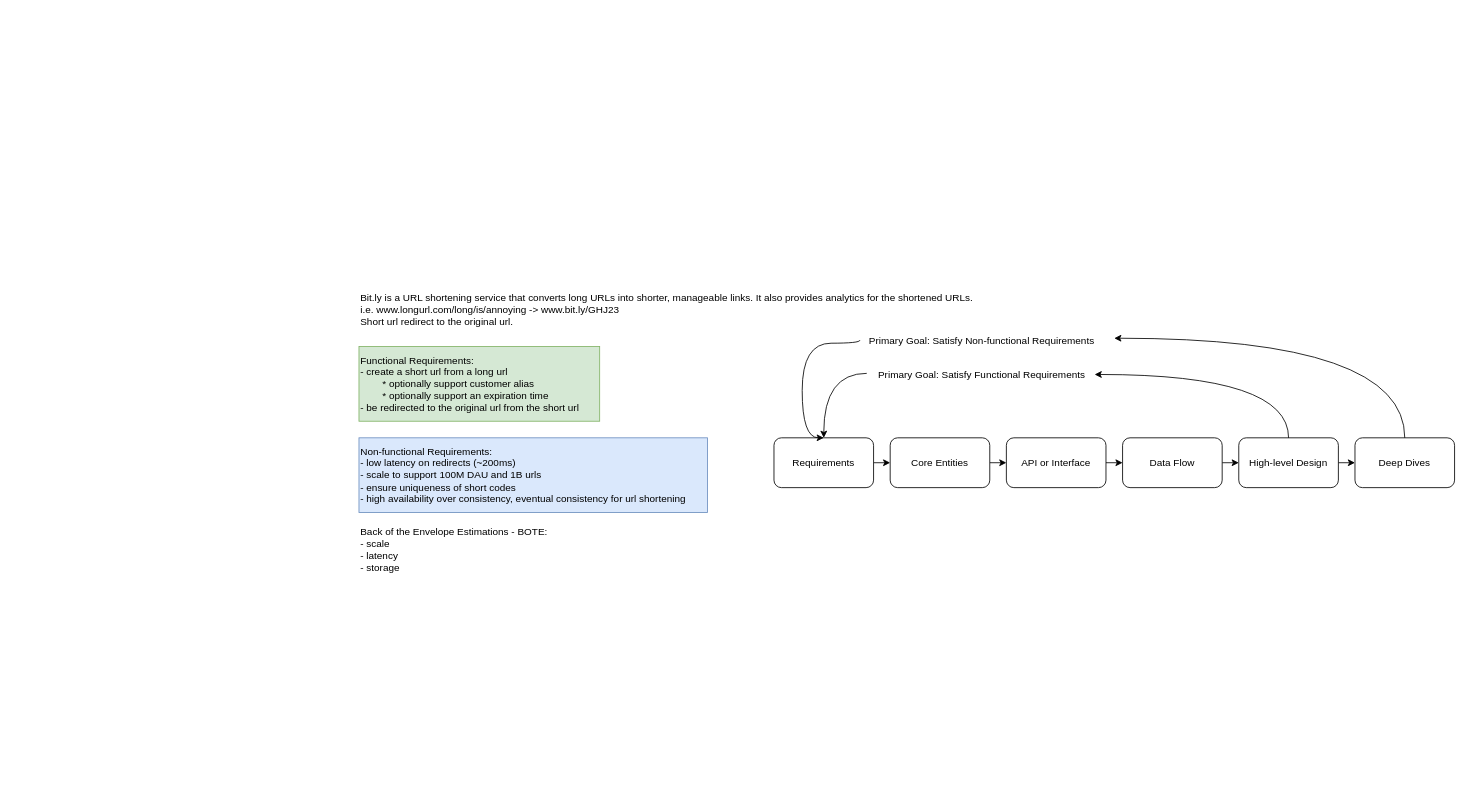
This is tinyurl.drawio from lacrimae/system_design_practice, a draw.io file, before an edit. Source tidied: cells renumbered, new cells numbered last; positions are measured from the earlier drawing's top-left corner, leaving out a move shared by most shapes. Both pictures are drawn from the tidied source at 83%, with x=0, y=0 at pixel (359, 284).
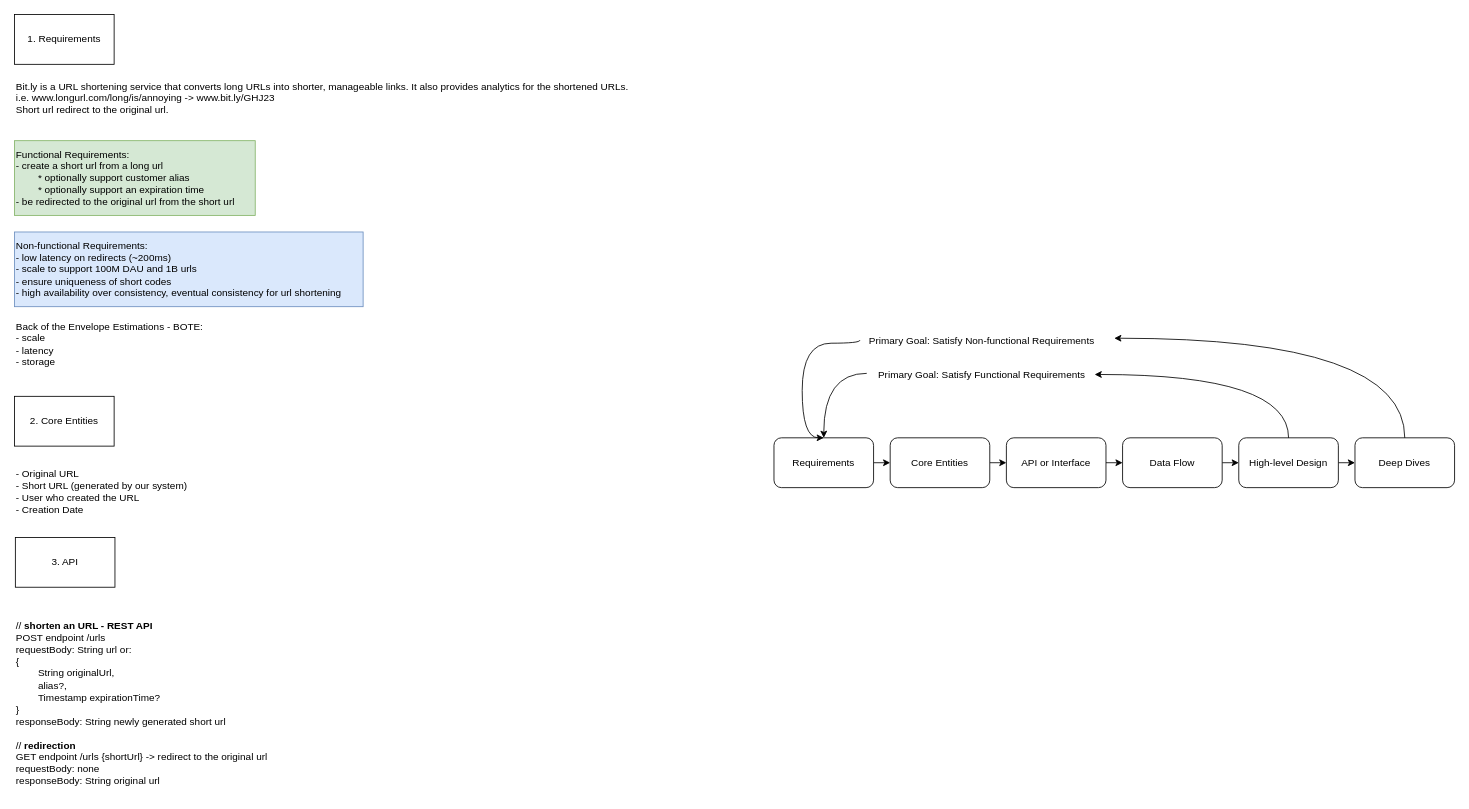
After the change.

The edit, as a diff of the source:
```diff
@@
     <mxCell id="2" value="&lt;div&gt;&lt;span style=&quot;background-color: transparent; color: light-dark(rgb(0, 0, 0), rgb(255, 255, 255));&quot;&gt;Functional Requirements:&lt;/span&gt;&lt;/div&gt;&lt;div&gt;- create a short url from a long url&lt;br&gt;&lt;span style=&quot;white-space: pre;&quot;&gt;&#9;&lt;/span&gt;* optionally support customer alias&lt;/div&gt;&lt;div&gt;&lt;span style=&quot;white-space: pre;&quot;&gt;&#9;&lt;/span&gt;* optionally support an expiration time&lt;/div&gt;&lt;div&gt;- be redirected to the original url from the short url&amp;nbsp;&lt;/div&gt;" style="text;html=1;align=left;verticalAlign=middle;strokeColor=#82b366;fillColor=#d5e8d4;" parent="1" vertex="1">
-      <mxGeometry y="75" width="290" height="90" as="geometry" />
+      <mxGeometry x="-415" y="-173" width="290" height="90" as="geometry" />
     </mxCell>
     <mxCell id="3" value="Bit.ly is a URL shortening service that converts long URLs into shorter, manageable links. It also provides analytics for the shortened URLs.&#10;i.e. www.longurl.com/long/is/annoying -&gt; www.bit.ly/GHJ23&#10;Short url redirect to the original url." style="text;align=left;verticalAlign=middle;strokeColor=none;fillColor=none;" parent="1" vertex="1">
-      <mxGeometry width="760" height="60" as="geometry" />
+      <mxGeometry x="-415" y="-255" width="760" height="60" as="geometry" />
     </mxCell>
     <mxCell id="4" value="Non-functional Requirements:&lt;div&gt;- low latency on redirects (~200ms)&lt;/div&gt;&lt;div&gt;- scale to support 100M DAU and 1B urls&lt;/div&gt;&lt;div&gt;- ensure uniqueness of short codes&lt;/div&gt;&lt;div&gt;- high availability over consistency, eventual consistency for url shortening&lt;/div&gt;" style="text;html=1;align=left;verticalAlign=middle;strokeColor=#6c8ebf;fillColor=#dae8fc;" parent="1" vertex="1">
-      <mxGeometry y="185" width="420" height="90" as="geometry" />
+      <mxGeometry x="-415" y="-63" width="420" height="90" as="geometry" />
     </mxCell>
     <mxCell id="5" value="Back of the Envelope Estimations - BOTE:&lt;div&gt;- scale&lt;/div&gt;&lt;div&gt;- latency&lt;/div&gt;&lt;div&gt;- storage&lt;/div&gt;" style="text;html=1;align=left;verticalAlign=middle;strokeColor=none;fillColor=none;" parent="1" vertex="1">
-      <mxGeometry y="285" width="250" height="70" as="geometry" />
+      <mxGeometry x="-415" y="37" width="250" height="70" as="geometry" />
     </mxCell>
@@
+    <mxCell id="23" value="1. Requirements" style="whiteSpace=wrap;html=1;" parent="1" vertex="1">
+      <mxGeometry x="-415" y="-325" width="120" height="60" as="geometry" />
+    </mxCell>
+    <mxCell id="24" value="2. Core Entities" style="whiteSpace=wrap;html=1;" parent="1" vertex="1">
+      <mxGeometry x="-415" y="135" width="120" height="60" as="geometry" />
+    </mxCell>
+    <mxCell id="25" value="- Original URL&lt;div&gt;- Short URL (generated by our system)&lt;/div&gt;&lt;div&gt;- User who created the URL&lt;/div&gt;&lt;div&gt;- Creation Date&lt;/div&gt;" style="text;html=1;align=left;verticalAlign=middle;strokeColor=none;fillColor=none;" parent="1" vertex="1">
+      <mxGeometry x="-415" y="215" width="230" height="70" as="geometry" />
+    </mxCell>
+    <mxCell id="26" value="3. API" style="whiteSpace=wrap;html=1;" parent="1" vertex="1">
+      <mxGeometry x="-414" y="305" width="120" height="60" as="geometry" />
+    </mxCell>
+    <mxCell id="27" value="// &lt;b&gt;shorten an URL - REST API&lt;/b&gt;&lt;div&gt;POST endpoint /urls&amp;nbsp;&lt;/div&gt;&lt;div&gt;requestBody: String url or:&lt;/div&gt;&lt;div&gt;{&lt;/div&gt;&lt;div&gt;&lt;span style=&quot;white-space: pre;&quot;&gt;&#9;&lt;/span&gt;String originalUrl,&lt;br&gt;&lt;/div&gt;&lt;div&gt;&lt;span style=&quot;white-space: pre;&quot;&gt;&#9;&lt;/span&gt;alias?,&lt;br&gt;&lt;/div&gt;&lt;div&gt;&lt;span style=&quot;white-space: pre;&quot;&gt;&#9;&lt;/span&gt;Timestamp expirationTime?&lt;br&gt;&lt;/div&gt;&lt;div&gt;}&lt;/div&gt;&lt;div&gt;responseBody: String newly generated short url&lt;/div&gt;&lt;div&gt;&lt;br&gt;&lt;/div&gt;&lt;div&gt;// &lt;b&gt;redirection&lt;/b&gt;&lt;/div&gt;&lt;div&gt;GET endpoint /urls {shortUrl} -&amp;gt; redirect to the original url&lt;/div&gt;&lt;div&gt;requestBody: none&lt;/div&gt;&lt;div&gt;&lt;span style=&quot;background-color: transparent; color: light-dark(rgb(0, 0, 0), rgb(255, 255, 255));&quot;&gt;responseBody: String original url&lt;/span&gt;&lt;/div&gt;" style="text;html=1;align=left;verticalAlign=middle;strokeColor=none;fillColor=none;" parent="1" vertex="1">
+      <mxGeometry x="-415" y="395" width="330" height="220" as="geometry" />
+    </mxCell>
```
